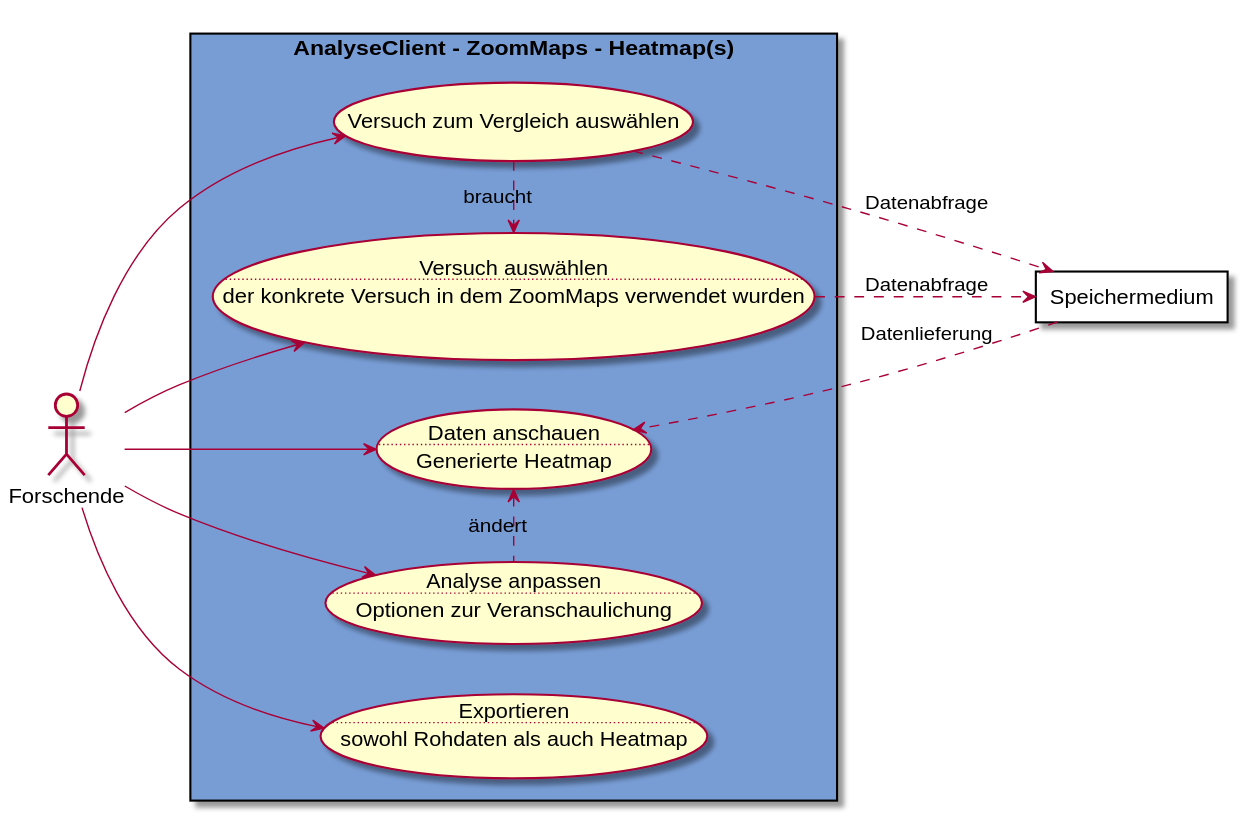
weichware10/meilensteine keeps this PlantUML diagram as meilenstein_05/usecase-analyse-zoommaps/usecase-analyse-zoommaps.svg. Above is the earlier version.
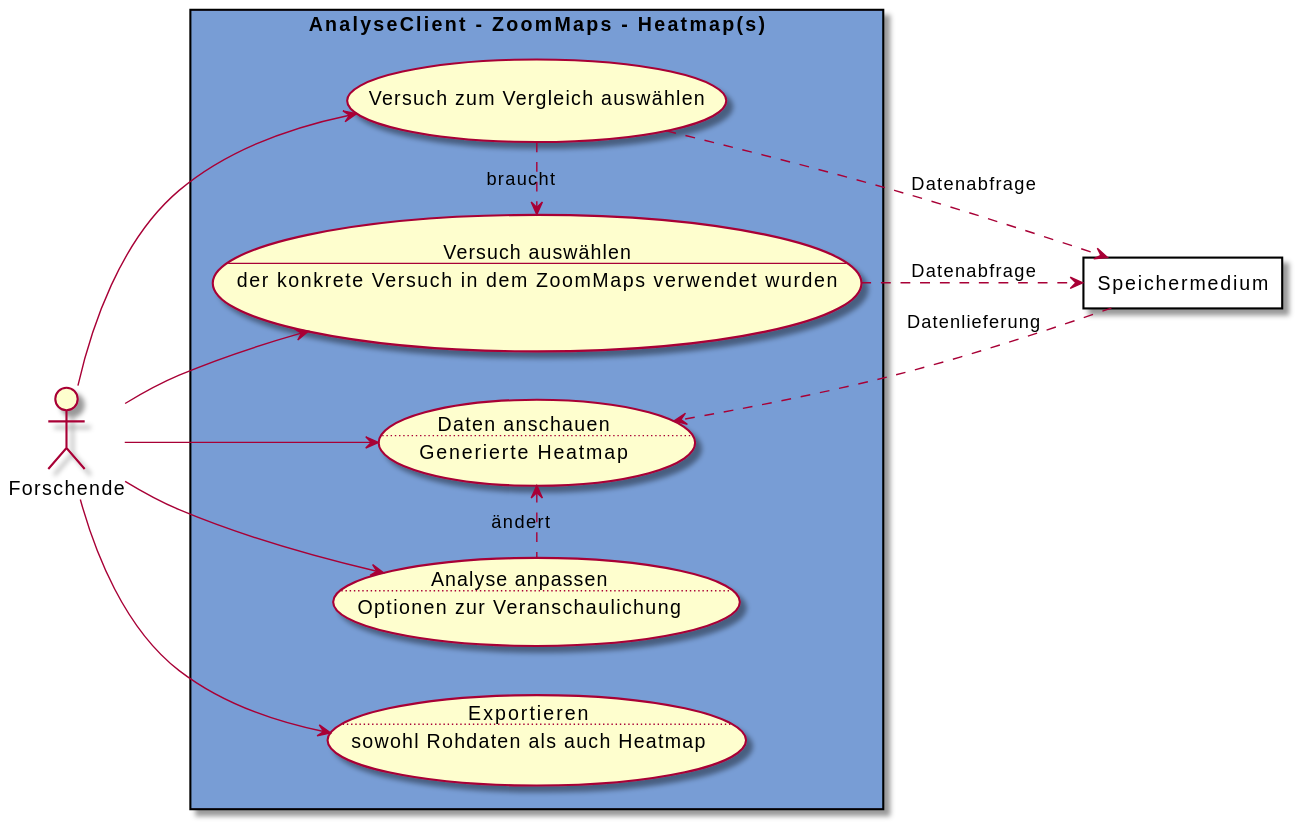
After the commit.

Commit message:
rendered SVGs

Change to the diagram source:
```diff
@@ -1,11 +1,11 @@
-@startuml analyse-zoommaps
+@startuml
 left to right direction
 
 actor Forschende as f
 
 rectangle "AnalyseClient - ZoomMaps - Heatmap(s)" #789dd5 {
     usecase va as "Versuch auswählen
-    ..
+    --
     der konkrete Versuch in dem ZoomMaps verwendet wurden"
     usecase vv as "Versuch zum Vergleich auswählen"
     usecase da as "Daten anschauen
@@ -33,5 +33,4 @@
 
 va <.l. vv : braucht
 da <.r. aa : ändert
-
 @enduml
```
